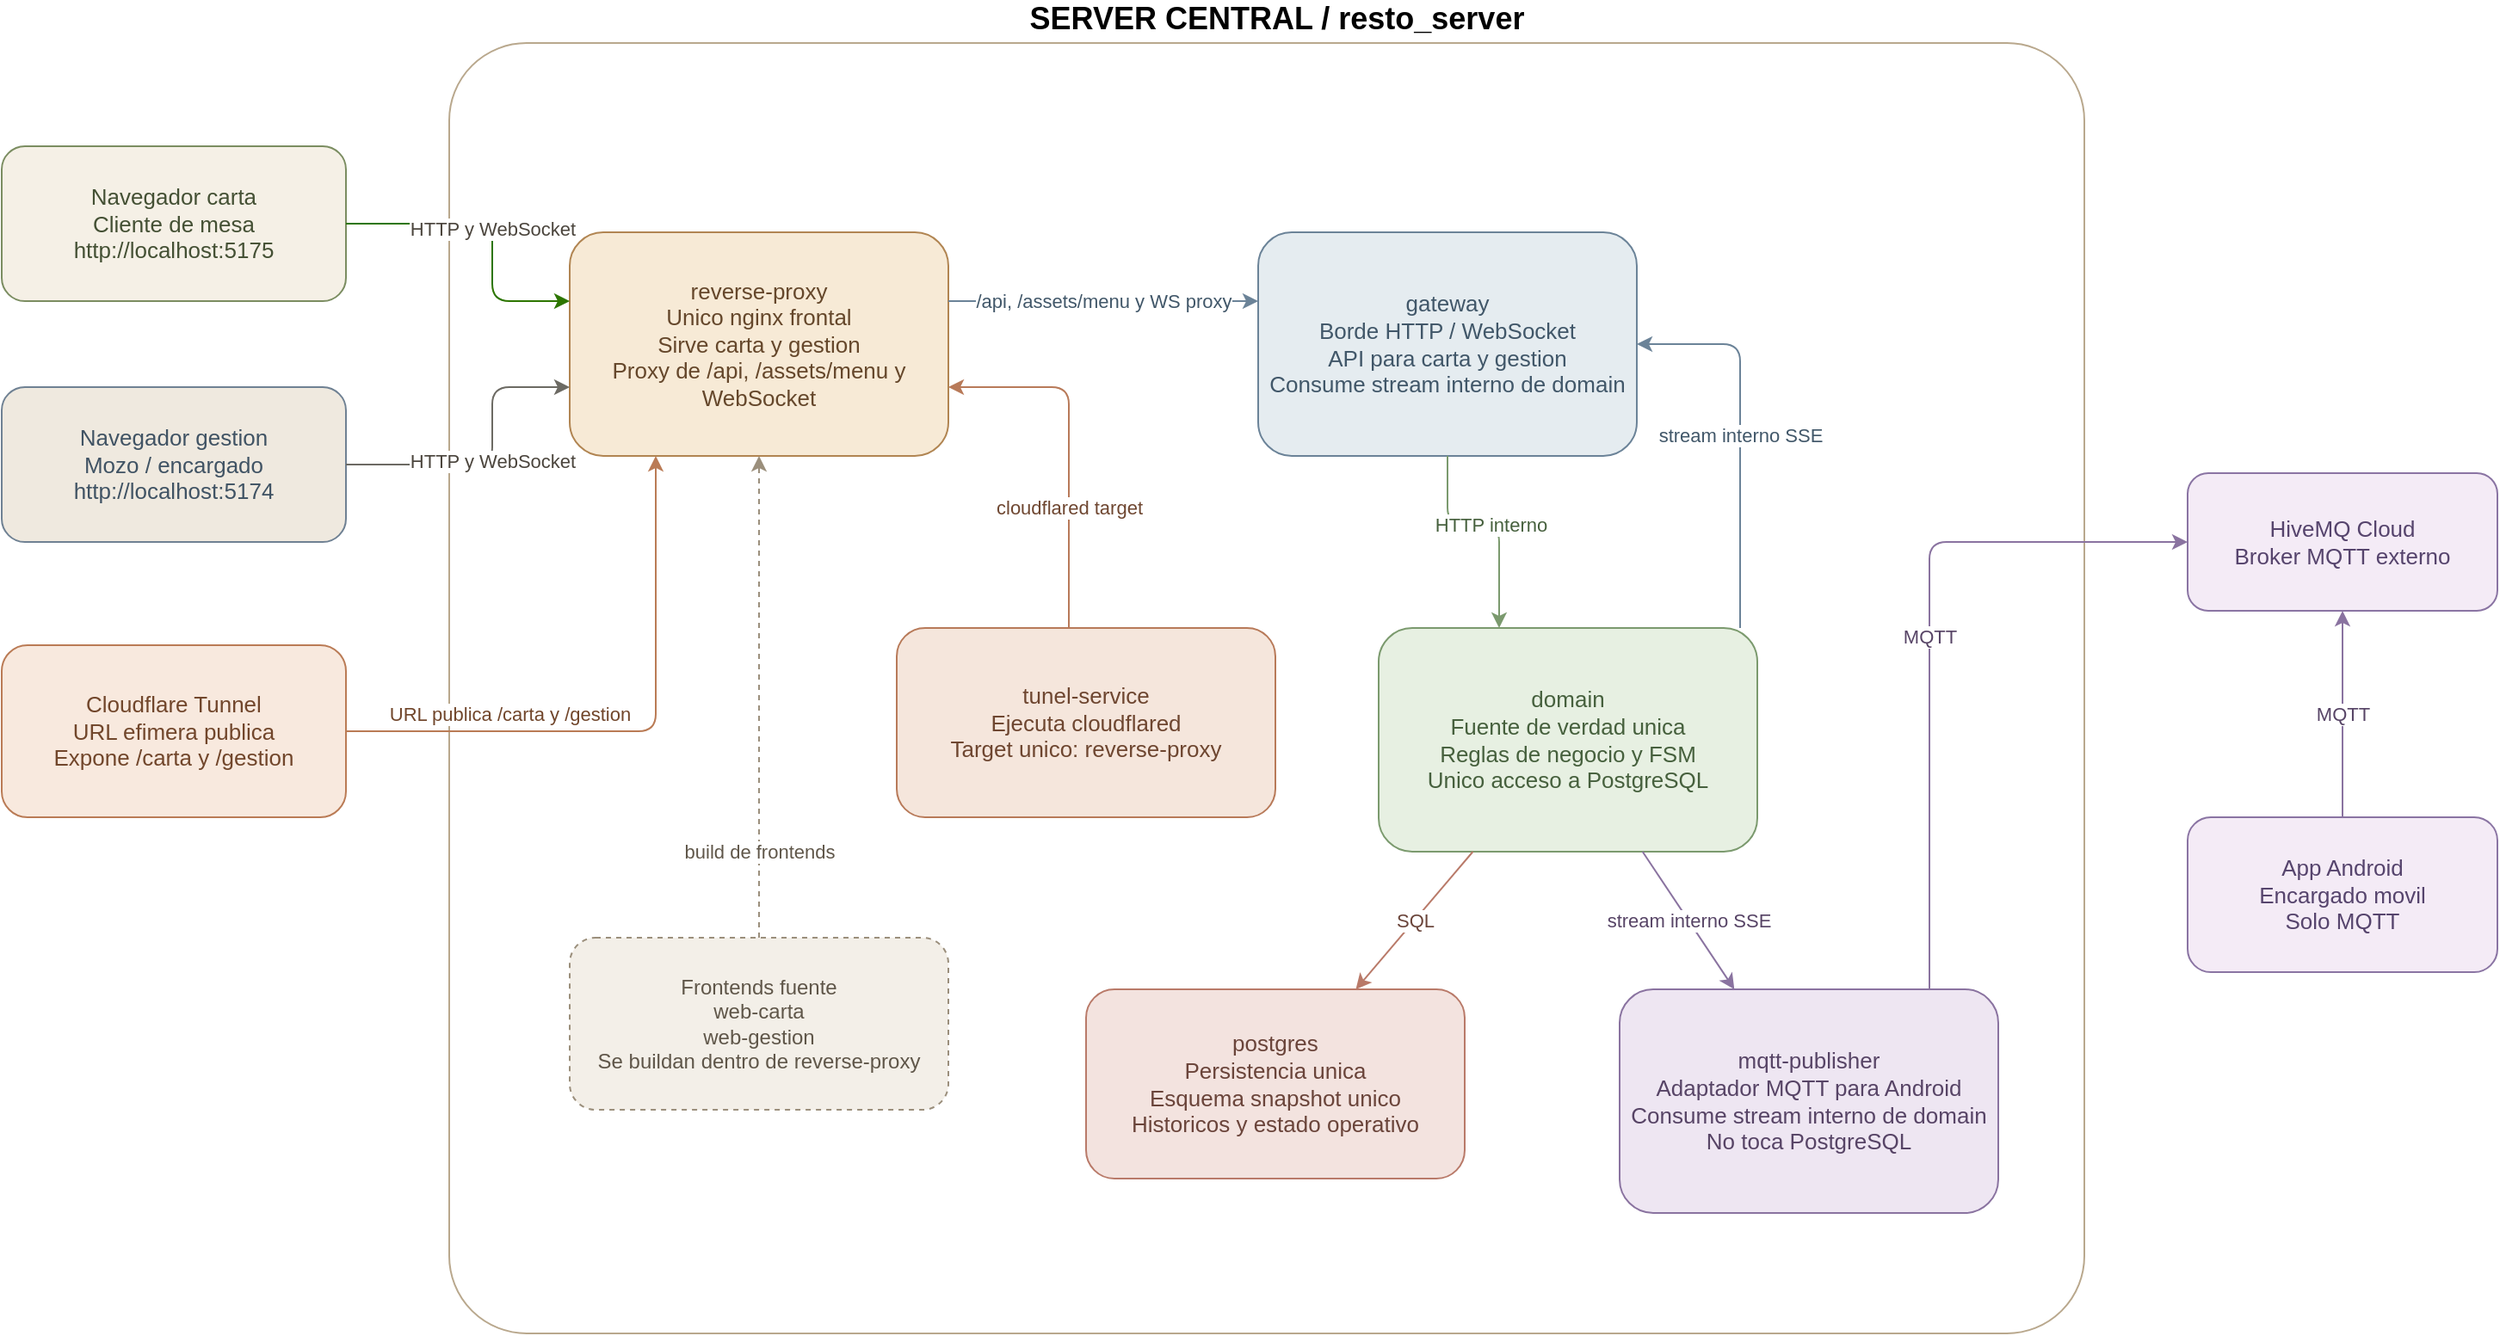
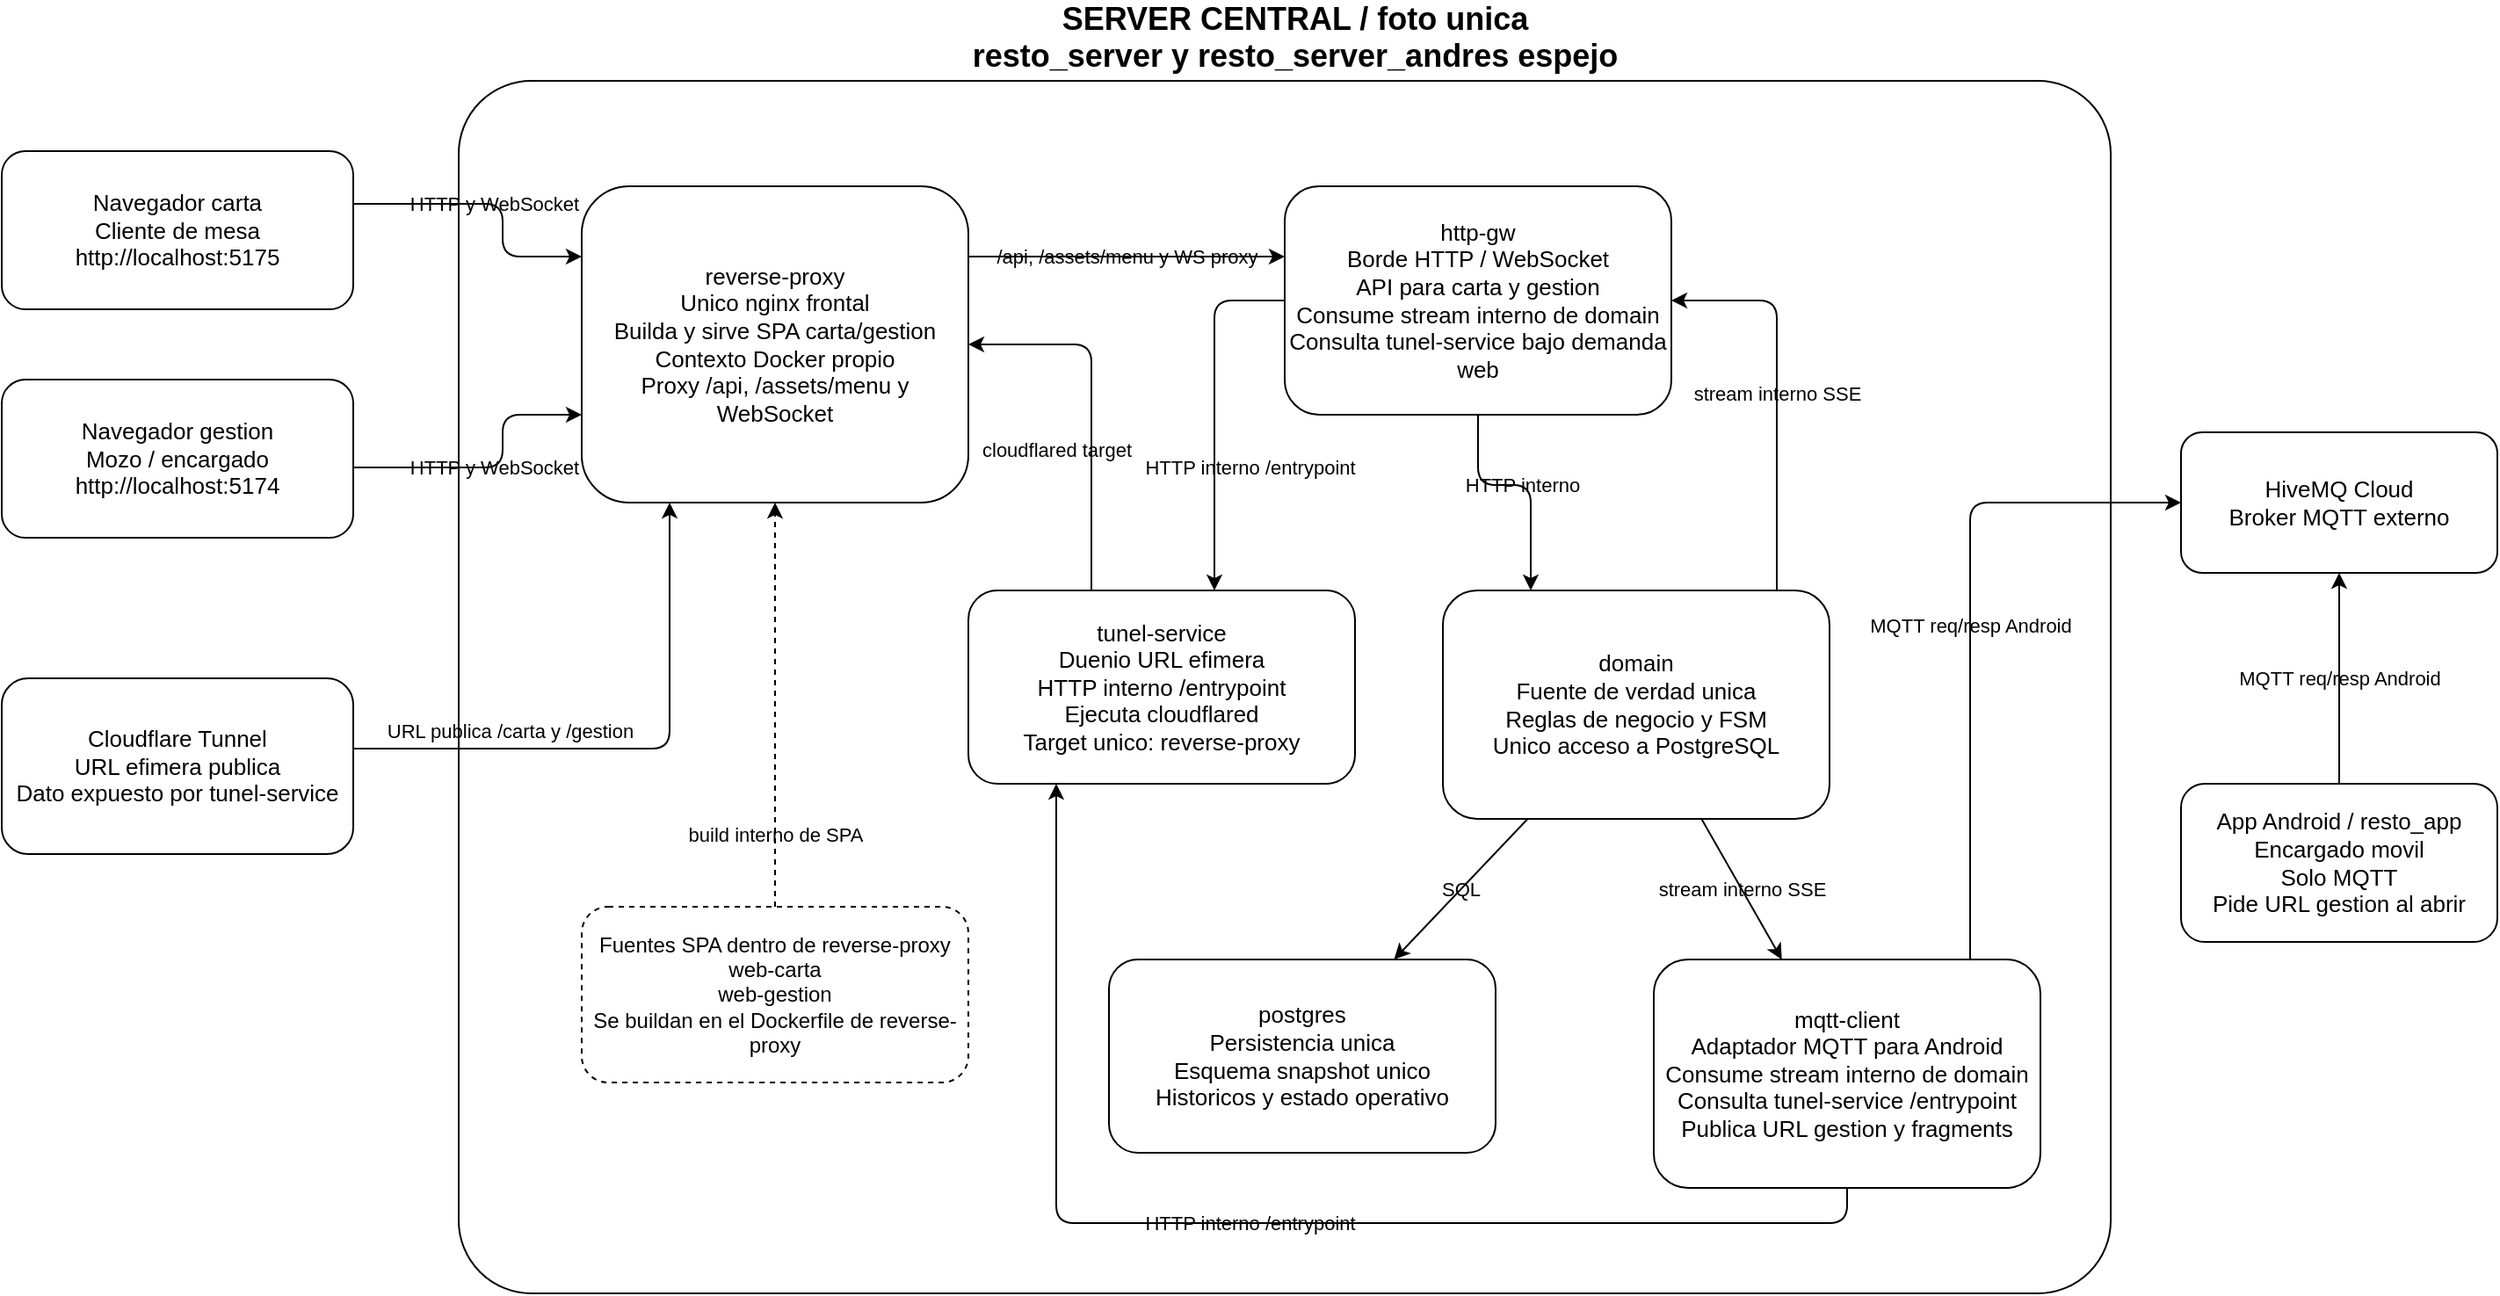
- <mxfile host="Electron" agent="Mozilla/5.0 (Windows NT 10.0; Win64; x64) AppleWebKit/537.36 (KHTML, like Gecko) draw.io/29.6.6 Chrome/144.0.7559.236 Electron/40.8.4 Safari/537.36" version="29.6.6">
+ <mxfile host="Electron" agent="Mozilla/5.0 (Windows NT 10.0; Win64; x64) AppleWebKit/537.36 (KHTML, like Gecko) draw.io/29.6.6 Chrome/144.0.7559.236 Electron/40.8.4 Safari/537.36">
  <diagram id="arquitectura-server-central" name="Arquitectura">
-     <mxGraphModel dx="3565" dy="2103" grid="1" gridSize="10" guides="1" tooltips="1" connect="1" arrows="1" fold="1" page="1" pageScale="1" pageWidth="1600" pageHeight="1100" math="0" shadow="0">
+     <mxGraphModel dx="1323" dy="814" grid="1" gridSize="10" guides="1" tooltips="1" connect="1" arrows="1" fold="1" page="1" pageScale="1" pageWidth="1600" pageHeight="1100" math="0" shadow="0">
      <root>
        <mxCell id="0" />
        <mxCell id="1" parent="0" />
-         <mxCell id="10" parent="1" style="rounded=1;whiteSpace=wrap;html=1;fillColor=none;strokeColor=#b9a88d;fontColor=default;fontStyle=1;fontSize=18;align=center;spacingLeft=12;labelPosition=center;verticalLabelPosition=top;verticalAlign=bottom;perimeterSpacing=0;arcSize=6;" value="SERVER CENTRAL / resto_server" vertex="1">
-           <mxGeometry height="750" width="950" x="270" y="50" as="geometry" />
+         <mxCell id="10" parent="1" style="rounded=1;whiteSpace=wrap;html=1;fontStyle=1;fontSize=18;align=center;spacingLeft=12;labelPosition=center;verticalLabelPosition=top;verticalAlign=bottom;perimeterSpacing=0;arcSize=6;labelBackgroundColor=none;fillColor=none;" value="SERVER CENTRAL / foto unica&#xa;resto_server y resto_server_andres espejo" vertex="1">
+           <mxGeometry height="690" width="940" x="270" y="100" as="geometry" />
        </mxCell>
-         <mxCell id="20" parent="1" style="rounded=1;whiteSpace=wrap;html=1;fillColor=#f5f0e6;strokeColor=#7b8d61;fontColor=#445034;fontSize=13;" value="Navegador carta&#xa;Cliente de mesa&#xa;http://localhost:5175" vertex="1">
-           <mxGeometry height="90" width="200" x="10" y="110" as="geometry" />
+         <mxCell id="20" parent="1" style="rounded=1;whiteSpace=wrap;html=1;fontSize=13;labelBackgroundColor=none;fillColor=none;" value="Navegador carta&#xa;Cliente de mesa&#xa;http://localhost:5175" vertex="1">
+           <mxGeometry height="90" width="200" x="10" y="140" as="geometry" />
        </mxCell>
-         <mxCell id="21" parent="1" style="rounded=1;whiteSpace=wrap;html=1;fillColor=#efe9df;strokeColor=#6f8193;fontColor=#405364;fontSize=13;" value="Navegador gestion&#xa;Mozo / encargado&#xa;http://localhost:5174" vertex="1">
-           <mxGeometry height="90" width="200" x="10" y="250" as="geometry" />
+         <mxCell id="21" parent="1" style="rounded=1;whiteSpace=wrap;html=1;fontSize=13;labelBackgroundColor=none;fillColor=none;" value="Navegador gestion&#xa;Mozo / encargado&#xa;http://localhost:5174" vertex="1">
+           <mxGeometry height="90" width="200" x="10" y="270" as="geometry" />
        </mxCell>
-         <mxCell id="22" parent="1" style="rounded=1;whiteSpace=wrap;html=1;fillColor=#f8e9de;strokeColor=#ba7b55;fontColor=#71462b;fontSize=13;" value="Cloudflare Tunnel&#xa;URL efimera publica&#xa;Expone /carta y /gestion" vertex="1">
-           <mxGeometry height="100" width="200" x="10" y="400" as="geometry" />
+         <mxCell id="22" parent="1" style="rounded=1;whiteSpace=wrap;html=1;fontSize=13;labelBackgroundColor=none;fillColor=none;" value="Cloudflare Tunnel&#xa;URL efimera publica&#xa;Dato expuesto por tunel-service" vertex="1">
+           <mxGeometry height="100" width="200" x="10" y="440" as="geometry" />
        </mxCell>
-         <mxCell id="23" parent="1" style="rounded=1;whiteSpace=wrap;html=1;fillColor=#f4ebf6;strokeColor=#8a74a3;fontColor=#56446d;fontSize=13;" value="HiveMQ Cloud&#xa;Broker MQTT externo" vertex="1">
-           <mxGeometry height="80" width="180" x="1280" y="300" as="geometry" />
+         <mxCell id="23" parent="1" style="rounded=1;whiteSpace=wrap;html=1;fontSize=13;labelBackgroundColor=none;fillColor=none;" value="HiveMQ Cloud&#xa;Broker MQTT externo" vertex="1">
+           <mxGeometry height="80" width="180" x="1250" y="300" as="geometry" />
        </mxCell>
-         <mxCell id="24" parent="1" style="rounded=1;whiteSpace=wrap;html=1;fillColor=#f4ebf6;strokeColor=#8a74a3;fontColor=#56446d;fontSize=13;" value="App Android&#xa;Encargado movil&#xa;Solo MQTT" vertex="1">
-           <mxGeometry height="90" width="180" x="1280" y="500" as="geometry" />
+         <mxCell id="24" parent="1" style="rounded=1;whiteSpace=wrap;html=1;fontSize=13;labelBackgroundColor=none;fillColor=none;" value="App Android / resto_app&#xa;Encargado movil&#xa;Solo MQTT&#xa;Pide URL gestion al abrir" vertex="1">
+           <mxGeometry height="90" width="180" x="1250" y="500" as="geometry" />
        </mxCell>
-         <mxCell id="30" parent="1" style="rounded=1;whiteSpace=wrap;html=1;fillColor=#f7ead6;strokeColor=#b18552;fontColor=#65472b;fontSize=13;" value="reverse-proxy&#xa;Unico nginx frontal&#xa;Sirve carta y gestion&#xa;Proxy de /api, /assets/menu y WebSocket" vertex="1">
-           <mxGeometry height="130" width="220" x="340" y="160" as="geometry" />
+         <mxCell id="30" parent="1" style="rounded=1;whiteSpace=wrap;html=1;fontSize=13;labelBackgroundColor=none;fillColor=none;" value="reverse-proxy&#xa;Unico nginx frontal&#xa;Builda y sirve SPA carta/gestion&#xa;Contexto Docker propio&#xa;Proxy /api, /assets/menu y WebSocket" vertex="1">
+           <mxGeometry height="180" width="220" x="340" y="160" as="geometry" />
        </mxCell>
-         <mxCell id="31" parent="1" style="rounded=1;whiteSpace=wrap;html=1;fillColor=#e5ecf0;strokeColor=#6b8398;fontColor=#415769;fontSize=13;" value="gateway&#xa;Borde HTTP / WebSocket&#xa;API para carta y gestion&#xa;Consume stream interno de domain" vertex="1">
+         <mxCell id="31" parent="1" style="rounded=1;whiteSpace=wrap;html=1;fontSize=13;labelBackgroundColor=none;fillColor=none;" value="http-gw&#xa;Borde HTTP / WebSocket&#xa;API para carta y gestion&#xa;Consume stream interno de domain&#xa;Consulta tunel-service bajo demanda web" vertex="1">
          <mxGeometry height="130" width="220" x="740" y="160" as="geometry" />
        </mxCell>
-         <mxCell id="32" parent="1" style="rounded=1;whiteSpace=wrap;html=1;fillColor=#e7f0e2;strokeColor=#7b9a6e;fontColor=#46603d;fontSize=13;" value="domain&#xa;Fuente de verdad unica&#xa;Reglas de negocio y FSM&#xa;Unico acceso a PostgreSQL" vertex="1">
-           <mxGeometry height="130" width="220" x="810" y="390" as="geometry" />
+         <mxCell id="32" parent="1" style="rounded=1;whiteSpace=wrap;html=1;fontSize=13;labelBackgroundColor=none;fillColor=none;" value="domain&#xa;Fuente de verdad unica&#xa;Reglas de negocio y FSM&#xa;Unico acceso a PostgreSQL" vertex="1">
+           <mxGeometry height="130" width="220" x="830" y="390" as="geometry" />
        </mxCell>
-         <mxCell id="33" parent="1" style="rounded=1;whiteSpace=wrap;html=1;fillColor=#f5e6dc;strokeColor=#b87a59;fontColor=#6e4630;fontSize=13;" value="tunel-service&#xa;Ejecuta cloudflared&#xa;Target unico: reverse-proxy" vertex="1">
-           <mxGeometry height="110" width="220" x="530" y="390" as="geometry" />
+         <mxCell id="33" parent="1" style="rounded=1;whiteSpace=wrap;html=1;fontSize=13;labelBackgroundColor=none;fillColor=none;" value="tunel-service&#xa;Duenio URL efimera&#xa;HTTP interno /entrypoint&#xa;Ejecuta cloudflared&#xa;Target unico: reverse-proxy" vertex="1">
+           <mxGeometry height="110" width="220" x="560" y="390" as="geometry" />
        </mxCell>
-         <mxCell id="34" parent="1" style="rounded=1;whiteSpace=wrap;html=1;fillColor=#eee6f2;strokeColor=#8a73a0;fontColor=#574466;fontSize=13;" value="mqtt-publisher&#xa;Adaptador MQTT para Android&#xa;Consume stream interno de domain&#xa;No toca PostgreSQL" vertex="1">
+         <mxCell id="34" parent="1" style="rounded=1;whiteSpace=wrap;html=1;fontSize=13;labelBackgroundColor=none;fillColor=none;" value="mqtt-client&#xa;Adaptador MQTT para Android&#xa;Consume stream interno de domain&#xa;Consulta tunel-service /entrypoint&#xa;Publica URL gestion y fragments" vertex="1">
          <mxGeometry height="130" width="220" x="950" y="600" as="geometry" />
        </mxCell>
-         <mxCell id="35" parent="1" style="rounded=1;whiteSpace=wrap;html=1;fillColor=#f3e3df;strokeColor=#b97a69;fontColor=#6a443a;fontSize=13;" value="postgres&#xa;Persistencia unica&#xa;Esquema snapshot unico&#xa;Historicos y estado operativo" vertex="1">
+         <mxCell id="35" parent="1" style="rounded=1;whiteSpace=wrap;html=1;fontSize=13;labelBackgroundColor=none;fillColor=none;" value="postgres&#xa;Persistencia unica&#xa;Esquema snapshot unico&#xa;Historicos y estado operativo" vertex="1">
          <mxGeometry height="110" width="220" x="640" y="600" as="geometry" />
        </mxCell>
-         <mxCell id="36" parent="1" style="rounded=1;whiteSpace=wrap;html=1;fillColor=#f3efe8;strokeColor=#9b8f7c;fontColor=#5f5649;dashed=1;fontSize=12;" value="Frontends fuente&#xa;web-carta&#xa;web-gestion&#xa;Se buildan dentro de reverse-proxy" vertex="1">
+         <mxCell id="36" parent="1" style="rounded=1;whiteSpace=wrap;html=1;dashed=1;fontSize=12;labelBackgroundColor=none;fillColor=none;" value="Fuentes SPA dentro de reverse-proxy&#xa;web-carta&#xa;web-gestion&#xa;Se buildan en el Dockerfile de reverse-proxy" vertex="1">
          <mxGeometry height="100" width="220" x="340" y="570" as="geometry" />
        </mxCell>
-         <mxCell id="100" edge="1" parent="1" source="20" style="edgeStyle=orthogonalEdgeStyle;rounded=1;html=1;strokeColor=#2D7600;fontColor=#4b453d;fontSize=11;fillColor=#60a917;" target="30" value="HTTP y WebSocket">
+         <mxCell id="100" edge="1" parent="1" source="20" style="edgeStyle=orthogonalEdgeStyle;rounded=1;html=1;fontColor=default;fontSize=11;labelBackgroundColor=none;fillColor=none;" target="30" value="HTTP y WebSocket">
          <mxGeometry relative="1" as="geometry">
            <Array as="points">
-               <mxPoint x="295" y="155" />
+               <mxPoint x="295" y="170" />
              <mxPoint x="295" y="200" />
            </Array>
          </mxGeometry>
        </mxCell>
-         <mxCell id="101" edge="1" parent="1" source="21" style="edgeStyle=orthogonalEdgeStyle;rounded=1;html=1;strokeColor=#6c6a63;fontColor=#4b453d;fontSize=11;" target="30" value="HTTP y WebSocket">
+         <mxCell id="101" edge="1" parent="1" source="21" style="edgeStyle=orthogonalEdgeStyle;rounded=1;html=1;fontColor=default;fontSize=11;labelBackgroundColor=none;fillColor=none;" target="30" value="HTTP y WebSocket">
          <mxGeometry relative="1" as="geometry">
            <Array as="points">
-               <mxPoint x="295" y="295" />
-               <mxPoint x="295" y="250" />
+               <mxPoint x="295" y="320" />
+               <mxPoint x="295" y="290" />
            </Array>
          </mxGeometry>
        </mxCell>
-         <mxCell id="102" edge="1" parent="1" source="22" style="edgeStyle=orthogonalEdgeStyle;rounded=1;html=1;strokeColor=#ba7b55;fontColor=#71462b;fontSize=11;" target="30" value="URL publica /carta y /gestion">
+         <mxCell id="102" edge="1" parent="1" source="22" style="edgeStyle=orthogonalEdgeStyle;rounded=1;html=1;fontColor=default;fontSize=11;labelBackgroundColor=none;fillColor=none;" target="30" value="URL publica /carta y /gestion">
          <mxGeometry relative="1" x="-0.4444" y="10" as="geometry">
            <mxPoint as="offset" />
            <Array as="points">
-               <mxPoint x="390" y="450" />
+               <mxPoint x="390" y="480" />
            </Array>
          </mxGeometry>
        </mxCell>
-         <mxCell id="103" edge="1" parent="1" source="33" style="edgeStyle=orthogonalEdgeStyle;rounded=1;html=1;strokeColor=#b87a59;fontColor=#6e4630;fontSize=11;" target="30" value="cloudflared target">
-           <mxGeometry relative="1" x="-0.3333" as="geometry">
+         <mxCell id="103" edge="1" parent="1" source="33" style="edgeStyle=orthogonalEdgeStyle;rounded=1;html=1;fontColor=default;fontSize=11;labelBackgroundColor=none;fillColor=none;" target="30" value="cloudflared target">
+           <mxGeometry relative="1" x="-0.2381" y="20" as="geometry">
            <mxPoint as="offset" />
            <Array as="points">
              <mxPoint x="630" y="250" />
            </Array>
          </mxGeometry>
        </mxCell>
-         <mxCell id="104" edge="1" parent="1" source="30" style="edgeStyle=orthogonalEdgeStyle;rounded=1;html=1;strokeColor=#6b8398;fontColor=#415769;fontSize=11;" target="31" value="/api, /assets/menu y WS proxy">
+         <mxCell id="104" edge="1" parent="1" source="30" style="edgeStyle=orthogonalEdgeStyle;rounded=1;html=1;fontColor=default;fontSize=11;labelBackgroundColor=none;fillColor=none;" target="31" value="/api, /assets/menu y WS proxy">
          <mxGeometry relative="1" as="geometry">
            <Array as="points">
              <mxPoint x="640" y="200" />
              <mxPoint x="640" y="200" />
            </Array>
          </mxGeometry>
        </mxCell>
-         <mxCell id="105" edge="1" parent="1" source="31" style="edgeStyle=orthogonalEdgeStyle;rounded=1;html=1;strokeColor=#7b9a6e;fontColor=#46603d;fontSize=11;" target="32" value="HTTP interno">
+         <mxCell id="105" edge="1" parent="1" source="31" style="edgeStyle=orthogonalEdgeStyle;rounded=1;html=1;fontColor=default;fontSize=11;labelBackgroundColor=none;fillColor=none;" target="32" value="HTTP interno">
          <mxGeometry relative="1" as="geometry">
            <Array as="points">
              <mxPoint x="850" y="330" />
              <mxPoint x="880" y="330" />
            </Array>
          </mxGeometry>
        </mxCell>
-         <mxCell id="106" edge="1" parent="1" source="32" style="rounded=1;html=1;strokeColor=#b97a69;fontColor=#6a443a;fontSize=11;" target="35" value="SQL">
+         <mxCell id="106" edge="1" parent="1" source="32" style="rounded=1;html=1;fontColor=default;fontSize=11;labelBackgroundColor=none;fillColor=none;" target="35" value="SQL">
          <mxGeometry relative="1" as="geometry" />
        </mxCell>
-         <mxCell id="107" edge="1" parent="1" source="32" style="edgeStyle=orthogonalEdgeStyle;rounded=1;html=1;strokeColor=#6b8398;fontColor=#415769;fontSize=11;" target="31" value="stream interno SSE">
+         <mxCell id="107" edge="1" parent="1" source="32" style="edgeStyle=orthogonalEdgeStyle;rounded=1;html=1;fontColor=default;fontSize=11;labelBackgroundColor=none;fillColor=none;" target="31" value="stream interno SSE">
          <mxGeometry relative="1" as="geometry">
            <Array as="points">
              <mxPoint x="1020" y="225" />
            </Array>
          </mxGeometry>
        </mxCell>
-         <mxCell id="108" edge="1" parent="1" source="32" style="rounded=1;html=1;strokeColor=#8a73a0;fontColor=#574466;fontSize=11;" target="34" value="stream interno SSE">
+         <mxCell id="108" edge="1" parent="1" source="32" style="rounded=1;html=1;fontColor=default;fontSize=11;labelBackgroundColor=none;fillColor=none;" target="34" value="stream interno SSE">
          <mxGeometry relative="1" as="geometry" />
        </mxCell>
-         <mxCell id="109" edge="1" parent="1" source="34" style="edgeStyle=orthogonalEdgeStyle;rounded=1;html=1;strokeColor=#8a73a0;fontColor=#574466;fontSize=11;" target="23" value="MQTT">
+         <mxCell id="109" edge="1" parent="1" source="34" style="edgeStyle=orthogonalEdgeStyle;rounded=1;html=1;fontColor=default;fontSize=11;labelBackgroundColor=none;fillColor=none;" target="23" value="MQTT req/resp Android">
          <mxGeometry relative="1" as="geometry">
            <Array as="points">
              <mxPoint x="1130" y="340" />
            </Array>
          </mxGeometry>
        </mxCell>
-         <mxCell id="110" edge="1" parent="1" source="24" style="edgeStyle=orthogonalEdgeStyle;rounded=1;html=1;strokeColor=#8a73a0;fontColor=#574466;fontSize=11;" target="23" value="MQTT">
+         <mxCell id="110" edge="1" parent="1" source="24" style="edgeStyle=orthogonalEdgeStyle;rounded=1;html=1;fontColor=default;fontSize=11;labelBackgroundColor=none;fillColor=none;" target="23" value="MQTT req/resp Android">
          <mxGeometry relative="1" as="geometry">
            <Array as="points">
-               <mxPoint x="1370" y="480" />
-               <mxPoint x="1370" y="480" />
+               <mxPoint x="1340" y="480" />
+               <mxPoint x="1340" y="480" />
            </Array>
          </mxGeometry>
        </mxCell>
-         <mxCell id="111" edge="1" parent="1" source="36" style="edgeStyle=orthogonalEdgeStyle;rounded=1;html=1;strokeColor=#9b8f7c;fontColor=#5f5649;fontSize=11;dashed=1;" target="30" value="build de frontends">
+         <mxCell id="111" edge="1" parent="1" source="36" style="edgeStyle=orthogonalEdgeStyle;rounded=1;html=1;fontColor=default;fontSize=11;dashed=1;labelBackgroundColor=none;fillColor=none;" target="30" value="build interno de SPA">
          <mxGeometry relative="1" x="-0.6429" as="geometry">
            <mxPoint as="offset" />
            <Array as="points">
              <mxPoint x="450" y="460" />
              <mxPoint x="450" y="460" />
            </Array>
          </mxGeometry>
        </mxCell>
+         <mxCell id="112" edge="1" parent="1" source="34" style="edgeStyle=orthogonalEdgeStyle;rounded=1;html=1;fontColor=default;fontSize=11;labelBackgroundColor=none;fillColor=none;" target="33" value="HTTP interno /entrypoint">
+           <mxGeometry relative="1" as="geometry">
+             <Array as="points">
+               <mxPoint x="1060" y="750" />
+               <mxPoint x="610" y="750" />
+             </Array>
+           </mxGeometry>
+         </mxCell>
+         <mxCell id="113" edge="1" parent="1" source="31" style="edgeStyle=orthogonalEdgeStyle;rounded=1;html=1;fontColor=default;fontSize=11;labelBackgroundColor=none;fillColor=none;" target="33" value="HTTP interno /entrypoint">
+           <mxGeometry relative="1" x="0.3172" y="20" as="geometry">
+             <mxPoint as="offset" />
+             <Array as="points">
+               <mxPoint x="700" y="225" />
+             </Array>
+           </mxGeometry>
+         </mxCell>
      </root>
    </mxGraphModel>
  </diagram>
</mxfile>
